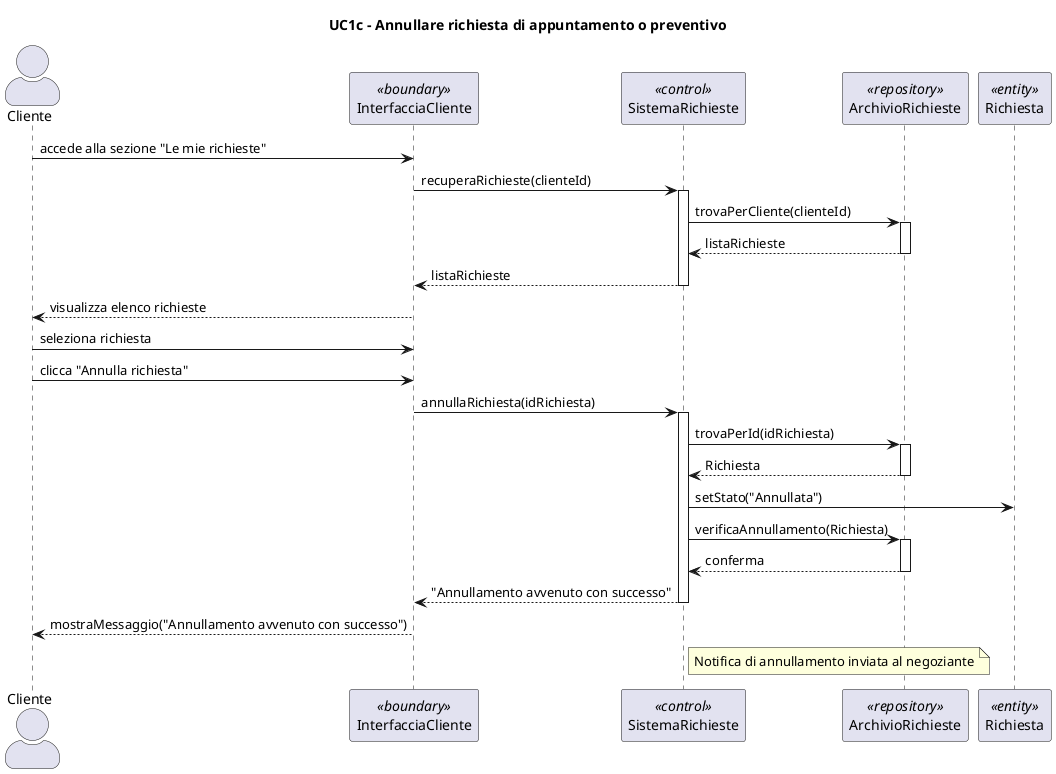
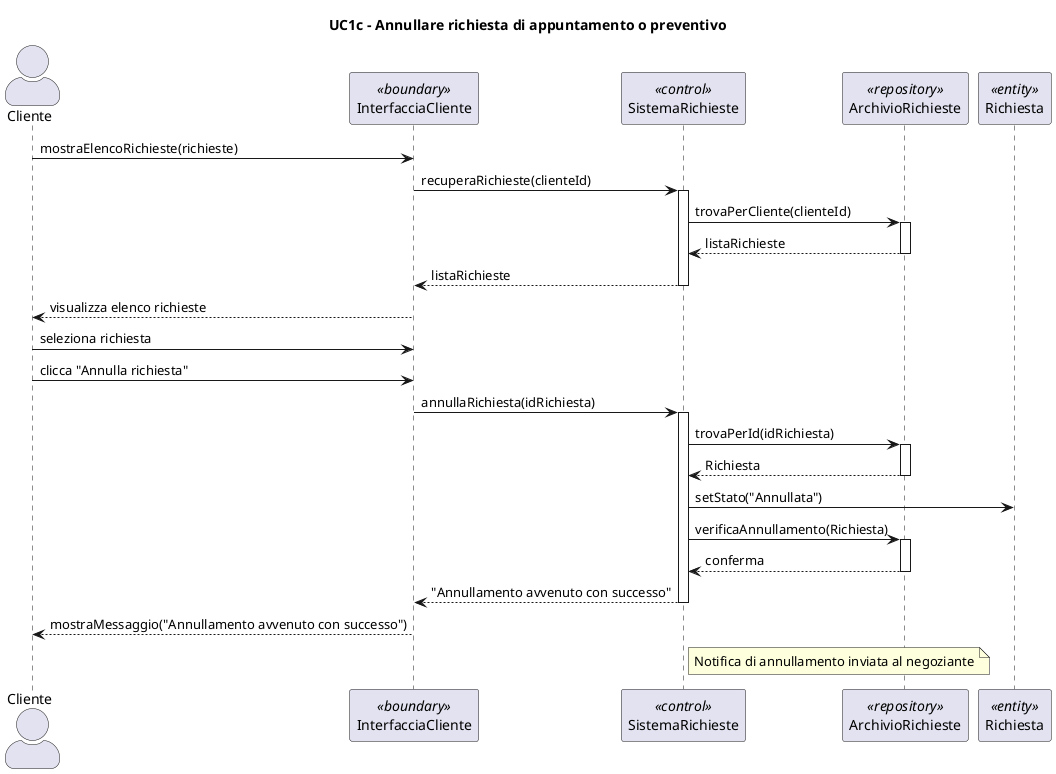
@startuml

skinparam actorStyle awesome
title UC1c - Annullare richiesta di appuntamento o preventivo

actor Cliente
participant "InterfacciaCliente" as UI <<boundary>>
participant "SistemaRichieste" as S <<control>>
participant "ArchivioRichieste" as Repo <<repository>>
participant "Richiesta" as R <<entity>>

- Cliente -> UI : accede alla sezione "Le mie richieste"
+ Cliente -> UI : mostraElencoRichieste(richieste)
UI -> S : recuperaRichieste(clienteId)
activate S

S -> Repo : trovaPerCliente(clienteId)
activate Repo
Repo --> S : listaRichieste
deactivate Repo

S --> UI : listaRichieste
deactivate S
UI --> Cliente : visualizza elenco richieste

Cliente -> UI : seleziona richiesta
Cliente -> UI : clicca "Annulla richiesta"
UI -> S : annullaRichiesta(idRichiesta)
activate S

S -> Repo : trovaPerId(idRichiesta)
activate Repo
Repo --> S : Richiesta
deactivate Repo

S -> R : setStato("Annullata")

S -> Repo : verificaAnnullamento(Richiesta)
activate Repo
Repo --> S : conferma
deactivate Repo

S --> UI : "Annullamento avvenuto con successo"
deactivate S

UI --> Cliente : mostraMessaggio("Annullamento avvenuto con successo")

note right of S
Notifica di annullamento inviata al negoziante
end note

@enduml
